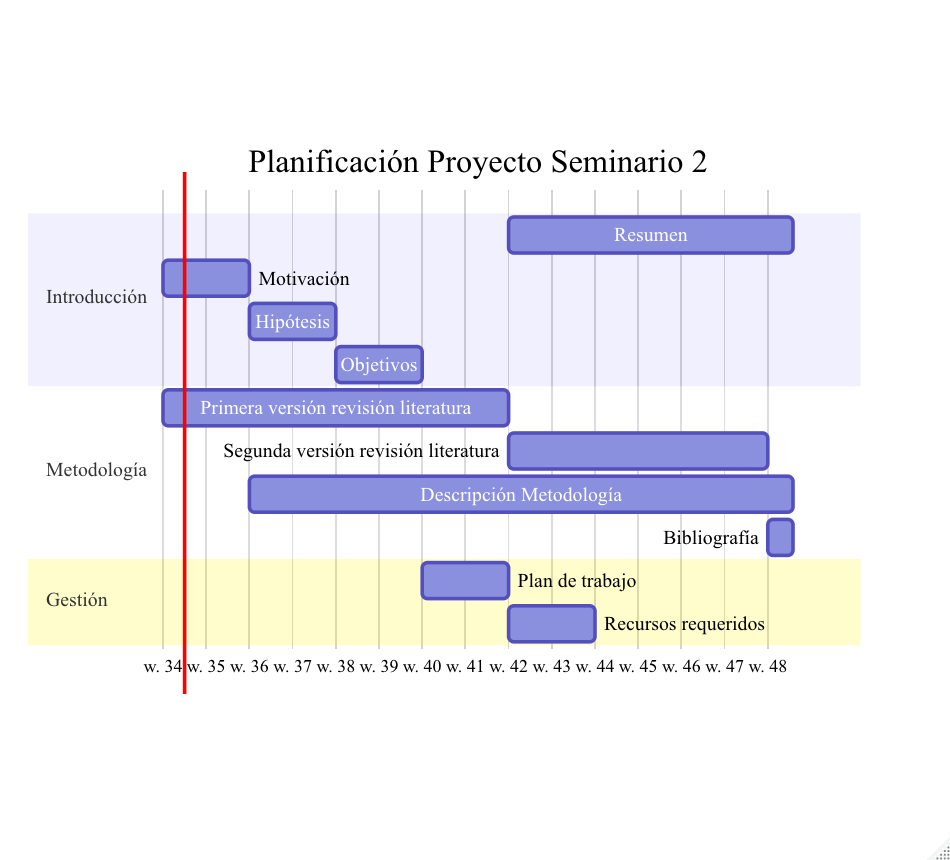
The Mermaid diagram docs/gantt.png in ingUANDES/coloquio, before a commit. Its source is kept beside it as docs/gantt.mmd. Its diagram source:
```mermaid
gantt
title Planificación Proyecto Seminario 2
dateFormat  DD-MM-YYYY
section Introducción
Resumen             :a1, after a9, 04-12-2020
Motivación          :a2, 24-08-2020, 2w
Hipótesis           :a3, after a2, 2w
Objetivos           :a4, after a3, 2w
section Metodología
Primera versión revisión literatura          :a5, 24-08-2020  , 8w
Segunda versión revisión literatura          :a6, after a5  , 6w
Descripción Metodología      :a7, after a2  , 04-12-2020
Bibliografía                 :a8, 30-11-2020  , 04-12-2020
section Gestión
Plan de trabajo              :a9, after a4  , 2w
Recursos requeridos          :a10, after a9  , 2w
```
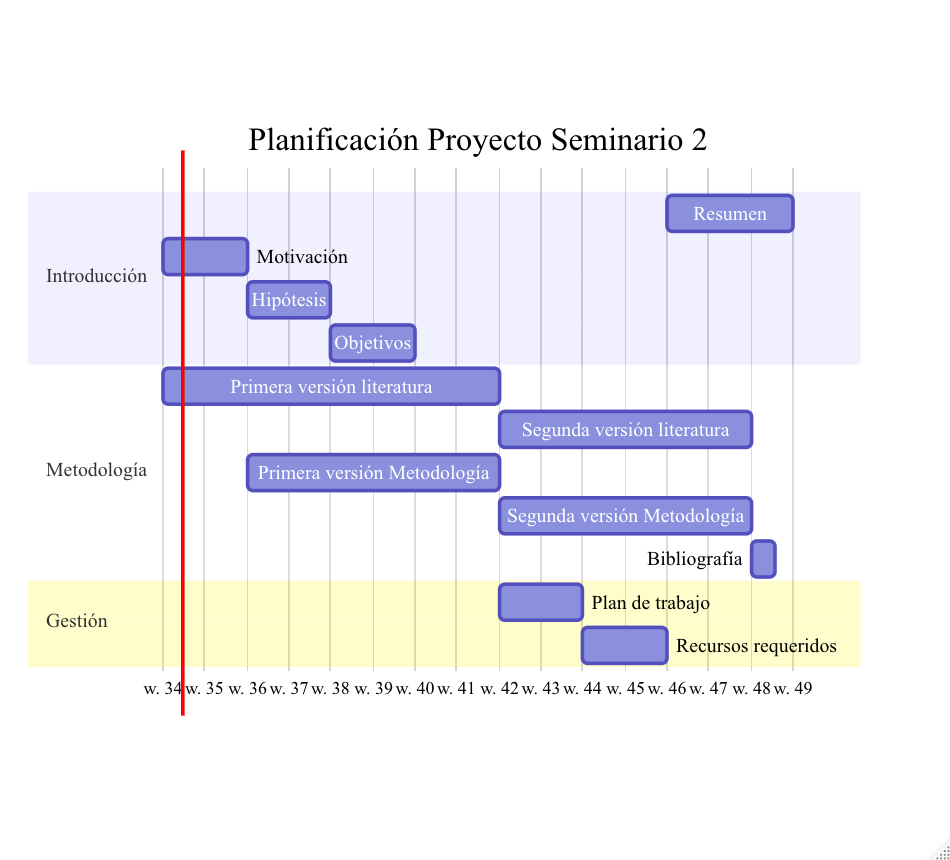
After the change.

Commit message:
actualiza gantt, readme y docs antiguos

What changed in the source:
```diff
@@ -2,15 +2,16 @@
 title Planificación Proyecto Seminario 2
 dateFormat  DD-MM-YYYY
 section Introducción
-Resumen             :a1, after a9, 04-12-2020
+Resumen             :a10, after a10, 3w
 Motivación          :a2, 24-08-2020, 2w
 Hipótesis           :a3, after a2, 2w
 Objetivos           :a4, after a3, 2w
 section Metodología
-Primera versión revisión literatura          :a5, 24-08-2020  , 8w
-Segunda versión revisión literatura          :a6, after a5  , 6w
-Descripción Metodología      :a7, after a2  , 04-12-2020
+Primera versión literatura          :a5, 24-08-2020  , 8w
+Segunda versión literatura          :a6, after a5  , 6w
+Primera versión Metodología      :a7, after a2  , 6w
+Segunda versión Metodología          :a11, after a5  , 6w
 Bibliografía                 :a8, 30-11-2020  , 04-12-2020
 section Gestión
-Plan de trabajo              :a9, after a4  , 2w
+Plan de trabajo              :a9, after a5  , 2w
 Recursos requeridos          :a10, after a9  , 2w
```
